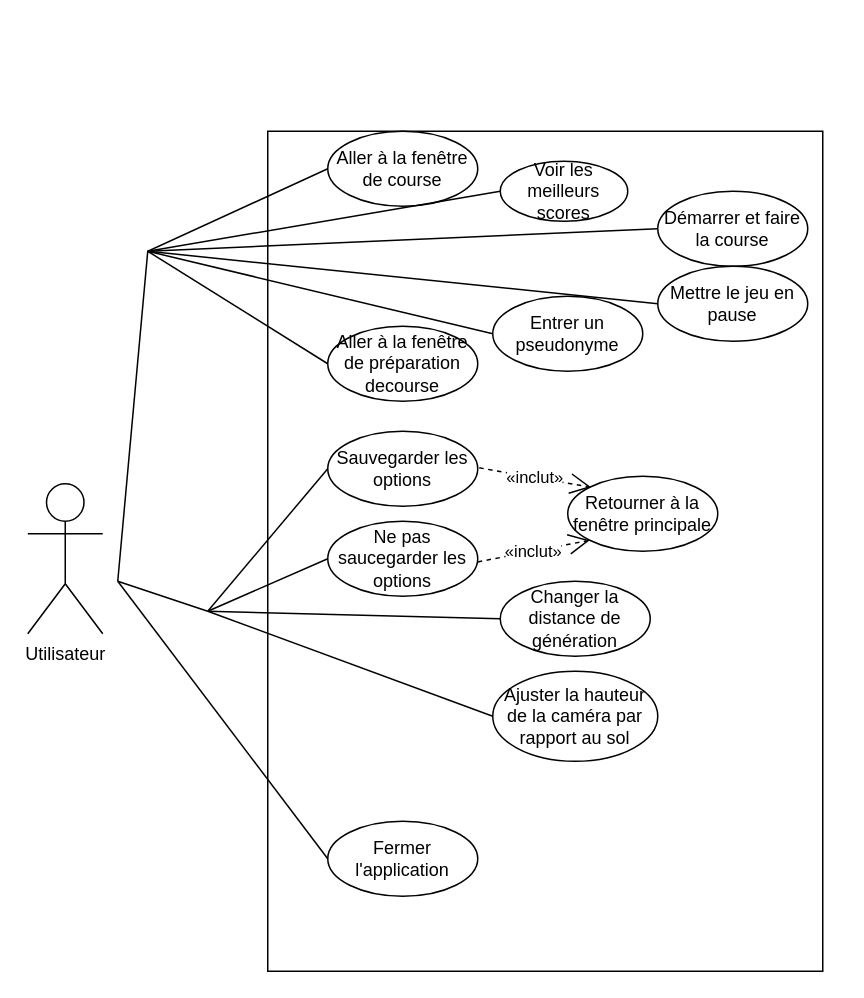
Will-Dub/2Fast4U keeps this draw.io diagram as 2Fast4U/diagrammes/diagramme_cas_utilisation.drawio. Above is the earlier version. Source tidied: cells renumbered, new cells numbered last; positions are measured from the earlier drawing's top-left corner, leaving out a move shared by most shapes. Both pictures are drawn from the tidied source at 150%, with x=0, y=0 at pixel (27, 130).
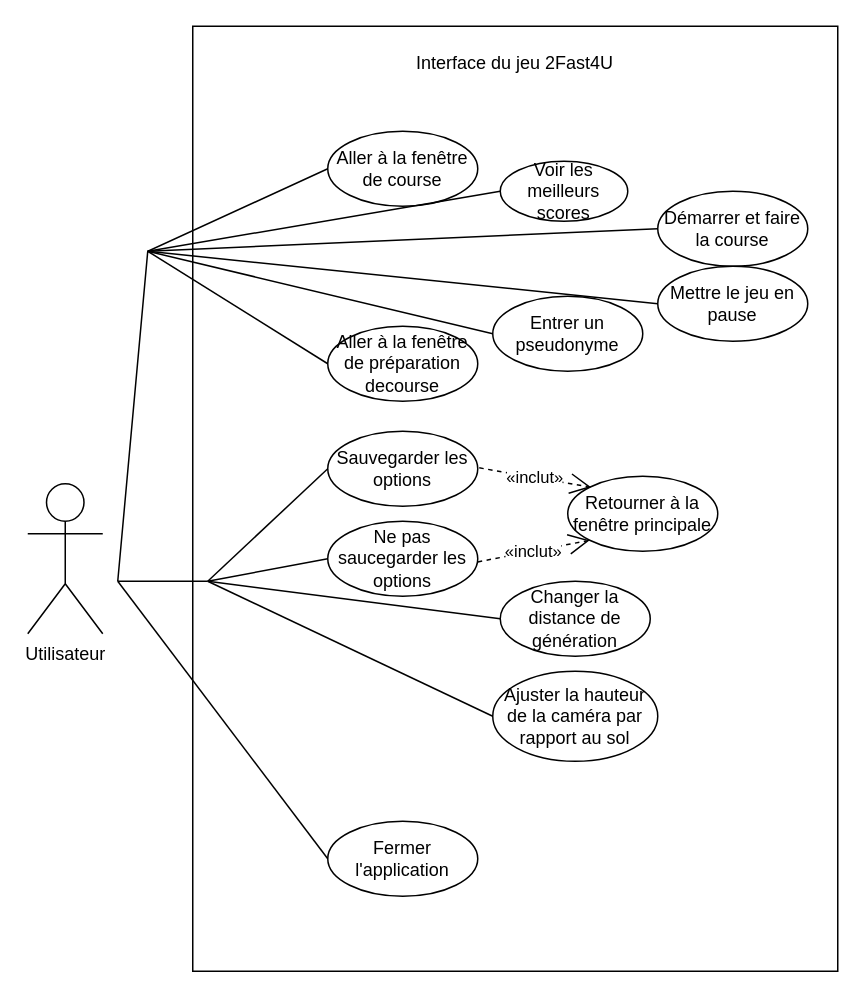
The same page after the edit.

Commit message:
ajout titre diagramma cas utilisation

Unchanged cells that the change refers to:
```xml
<mxCell id="6" value="Sauvegarder les options" style="ellipse;whiteSpace=wrap;html=1;" parent="1" vertex="1">
  <mxGeometry x="200" y="200" width="100" height="50" as="geometry" />
</mxCell>
<mxCell id="8" value="Ne pas saucegarder les options" style="ellipse;whiteSpace=wrap;html=1;" parent="1" vertex="1">
  <mxGeometry x="200" y="260" width="100" height="50" as="geometry" />
</mxCell>
<mxCell id="16" value="Changer la distance de génération" style="ellipse;whiteSpace=wrap;html=1;" parent="1" vertex="1">
  <mxGeometry x="315" y="300" width="100" height="50" as="geometry" />
</mxCell>
<mxCell id="17" value="Ajuster la hauteur de la caméra par rapport au sol" style="ellipse;whiteSpace=wrap;html=1;" parent="1" vertex="1">
  <mxGeometry x="310" y="360" width="110" height="60" as="geometry" />
</mxCell>
```

What changed in the source:
```diff
@@
+    <mxCell id="30" style="rounded=0;whiteSpace=wrap;html=1;" parent="1" vertex="1">
+      <mxGeometry x="110" y="-70" width="430" height="630" as="geometry" />
+    </mxCell>
@@
-    <mxCell id="3" style="rounded=0;whiteSpace=wrap;html=1;" parent="1" vertex="1">
-      <mxGeometry x="160" width="370" height="560" as="geometry" />
-    </mxCell>
@@
     <mxCell id="24" style="endArrow=none;html=1;entryX=0;entryY=0.5;entryDx=0;entryDy=0;" parent="1" edge="1" target="6">
       <mxGeometry relative="1" as="geometry">
-        <mxPoint x="120" y="320" as="sourcePoint" />
+        <mxPoint x="120" y="300" as="sourcePoint" />
       </mxGeometry>
     </mxCell>
     <mxCell id="25" style="endArrow=none;html=1;entryX=0;entryY=0.5;entryDx=0;entryDy=0;" parent="1" edge="1" target="8">
       <mxGeometry relative="1" as="geometry">
-        <mxPoint x="120" y="320" as="sourcePoint" />
+        <mxPoint x="120" y="300" as="sourcePoint" />
       </mxGeometry>
     </mxCell>
     <mxCell id="26" style="endArrow=none;html=1;entryX=0;entryY=0.5;entryDx=0;entryDy=0;" parent="1" edge="1" target="17">
       <mxGeometry relative="1" as="geometry">
-        <mxPoint x="120" y="320" as="sourcePoint" />
+        <mxPoint x="120" y="300" as="sourcePoint" />
       </mxGeometry>
     </mxCell>
     <mxCell id="27" style="endArrow=none;html=1;entryX=0;entryY=0.5;entryDx=0;entryDy=0;" parent="1" edge="1" target="16">
       <mxGeometry relative="1" as="geometry">
-        <mxPoint x="120" y="320" as="sourcePoint" />
+        <mxPoint x="120" y="300" as="sourcePoint" />
       </mxGeometry>
     </mxCell>
     <mxCell id="28" style="endArrow=none;html=1;" parent="1" edge="1">
       <mxGeometry relative="1" as="geometry">
-        <mxPoint x="120" y="320" as="sourcePoint" />
+        <mxPoint x="120" y="300" as="sourcePoint" />
         <mxPoint x="60" y="300" as="targetPoint" />
       </mxGeometry>
     </mxCell>
@@
+    <mxCell id="31" value="Interface du jeu 2Fast4U" style="text;html=1;align=center;verticalAlign=middle;whiteSpace=wrap;rounded=0;" parent="1" vertex="1">
+      <mxGeometry x="256.2" y="-60" width="137.5" height="30" as="geometry" />
+    </mxCell>
```
